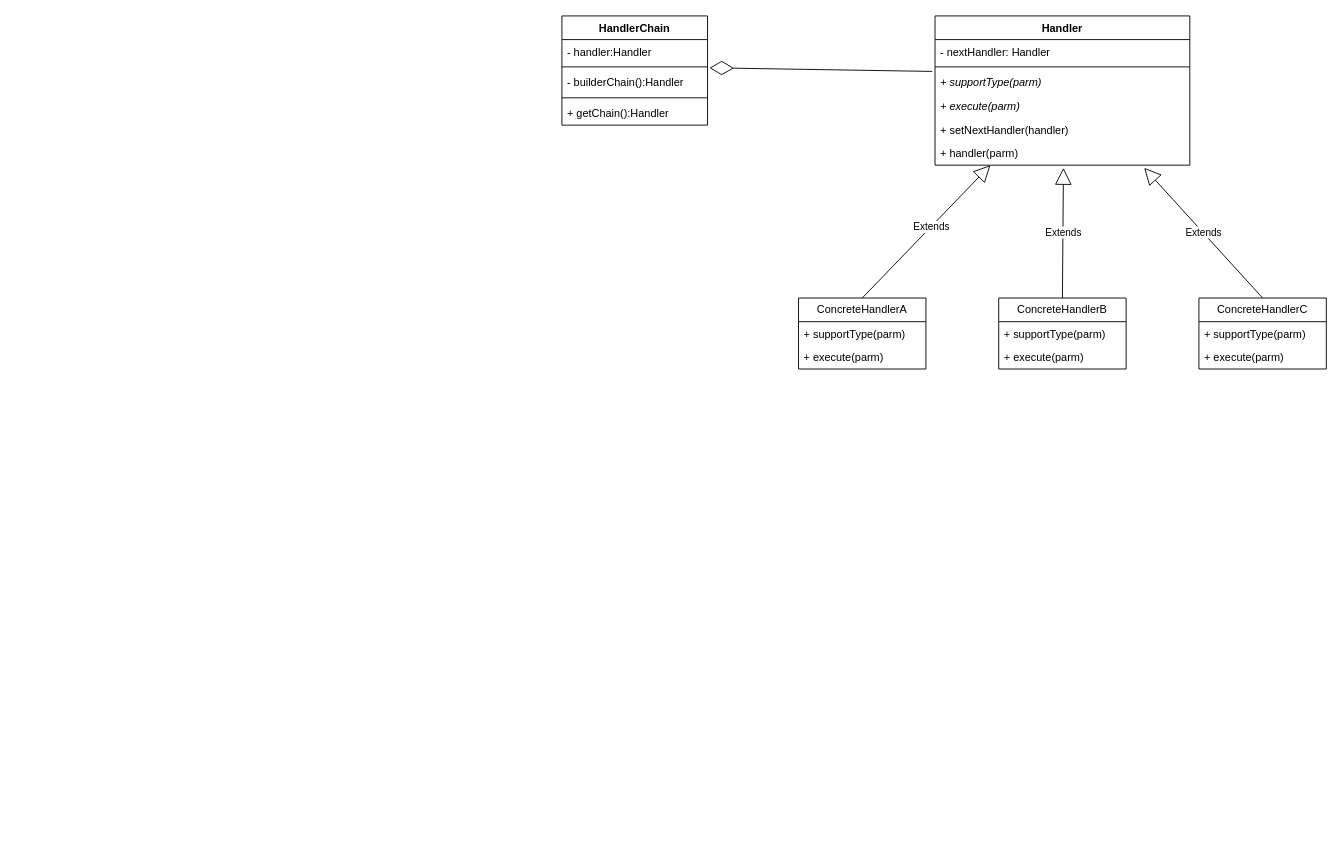
CodeXiaoXian/desin-mode keeps this draw.io diagram as 职责链设计模式类图.drawio. Above is the earlier version. Source tidied: cells renumbered, new cells numbered last; positions are measured from the earlier drawing's top-left corner, leaving out a move shared by most shapes. Both pictures are drawn from the tidied source at 91%, with x=0, y=0 at pixel (561, 15).
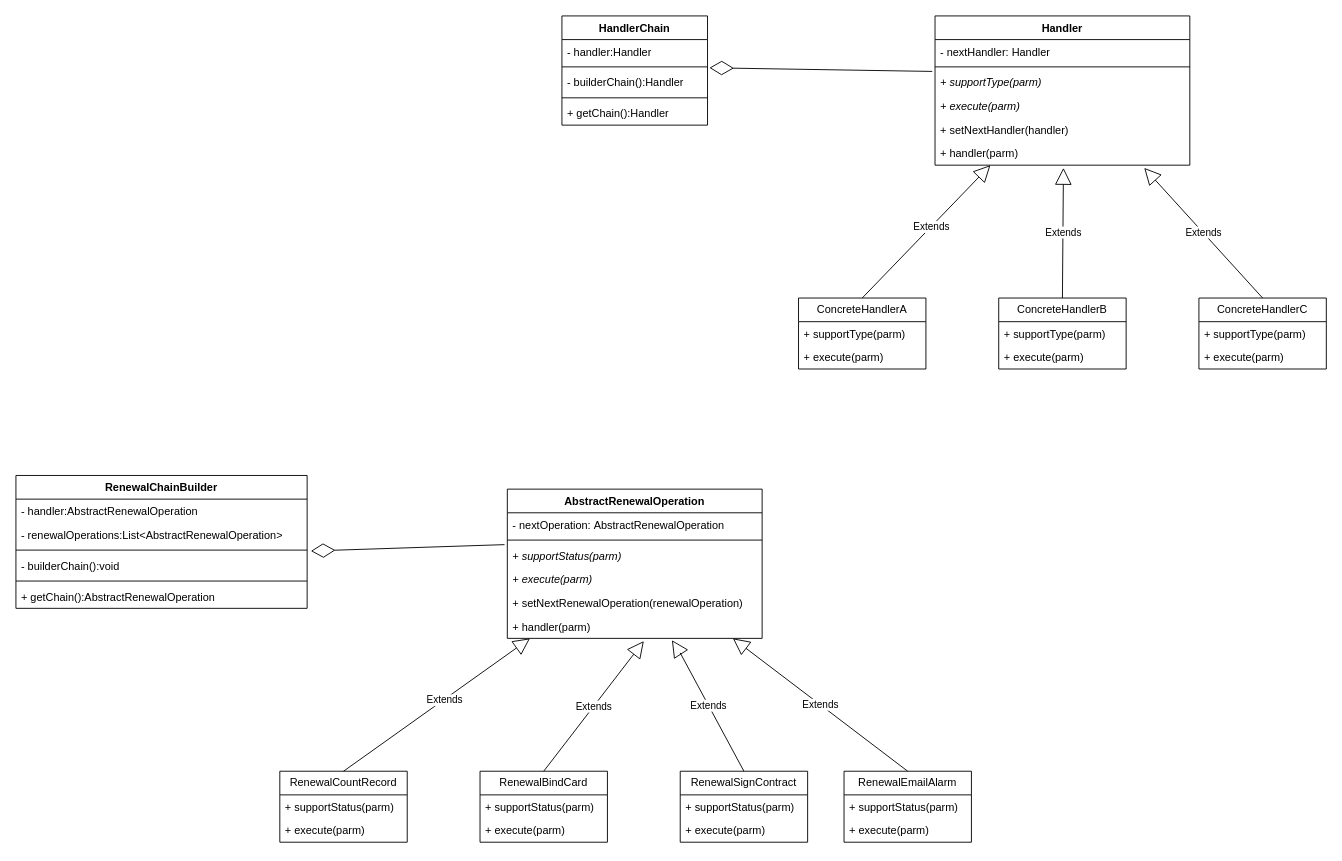
The same diagram, later.

Commit message:
更新职责链设计模式类图.drawio

What changed in the source:
```diff
@@
+    <mxCell id="28" value="AbstractRenewalOperation" style="swimlane;fontStyle=1;align=center;verticalAlign=top;horizontal=1;startSize=26;whiteSpace=wrap;html=1;" parent="1" vertex="1">
+      <mxGeometry x="-60" y="520" width="280" height="164" as="geometry" />
+    </mxCell>
+    <mxCell id="29" value="- nextOperation:&amp;nbsp;AbstractRenewalOperation" style="text;strokeColor=none;fillColor=none;align=left;verticalAlign=top;spacingLeft=4;spacingRight=4;overflow=hidden;whiteSpace=wrap;html=1;" parent="28" vertex="1">
+      <mxGeometry y="26" width="280" height="26" as="geometry" />
+    </mxCell>
+    <mxCell id="30" style="line;strokeWidth=1;fillColor=none;align=left;verticalAlign=middle;spacingTop=-1;spacingLeft=3;spacingRight=3;labelPosition=right;strokeColor=inherit;" parent="28" vertex="1">
+      <mxGeometry y="52" width="280" height="8" as="geometry" />
+    </mxCell>
+    <mxCell id="31" value="&lt;i&gt;+ supportStatus(parm)&lt;/i&gt;" style="text;strokeColor=none;fillColor=none;align=left;verticalAlign=top;spacingLeft=4;spacingRight=4;overflow=hidden;points=[[0,0.5],[1,0.5]];portConstraint=eastwest;whiteSpace=wrap;html=1;" parent="28" vertex="1">
+      <mxGeometry y="60" width="280" height="26" as="geometry" />
+    </mxCell>
+    <mxCell id="32" value="&lt;i&gt;+ execute(parm)&lt;/i&gt;" style="text;strokeColor=none;fillColor=none;align=left;verticalAlign=top;spacingLeft=4;spacingRight=4;overflow=hidden;whiteSpace=wrap;html=1;" parent="28" vertex="1">
+      <mxGeometry y="86" width="280" height="26" as="geometry" />
+    </mxCell>
+    <mxCell id="33" value="+ setNextRenewalOperation(renewalOperation)" style="text;strokeColor=none;fillColor=none;align=left;verticalAlign=top;spacingLeft=4;spacingRight=4;overflow=hidden;whiteSpace=wrap;html=1;" parent="28" vertex="1">
+      <mxGeometry y="112" width="280" height="26" as="geometry" />
+    </mxCell>
+    <mxCell id="34" value="+ handler(parm)" style="text;strokeColor=none;fillColor=none;align=left;verticalAlign=top;spacingLeft=4;spacingRight=4;overflow=hidden;points=[[0,0.5],[1,0.5]];portConstraint=eastwest;whiteSpace=wrap;html=1;" parent="28" vertex="1">
+      <mxGeometry y="138" width="280" height="26" as="geometry" />
+    </mxCell>
+    <mxCell id="35" value="Extends" style="endArrow=block;endSize=16;endFill=0;html=1;rounded=0;exitX=0.5;exitY=0;exitDx=0;exitDy=0;" parent="1" edge="1" source="36" target="28">
+      <mxGeometry x="0.07" y="-1" relative="1" as="geometry" />
+    </mxCell>
+    <mxCell id="36" value="RenewalCountRecord" style="swimlane;fontStyle=0;horizontal=1;startSize=26;fillColor=none;whiteSpace=wrap;html=1;" parent="1" vertex="1">
+      <mxGeometry x="-310" y="830" width="140" height="78" as="geometry" />
+    </mxCell>
+    <mxCell id="37" value="+ supportStatus(parm)" style="text;strokeColor=none;fillColor=none;align=left;verticalAlign=top;spacingLeft=4;spacingRight=4;overflow=hidden;whiteSpace=wrap;html=1;" parent="36" vertex="1">
+      <mxGeometry y="26" width="140" height="26" as="geometry" />
+    </mxCell>
+    <mxCell id="38" value="+ execute(parm)" style="text;strokeColor=none;fillColor=none;align=left;verticalAlign=top;spacingLeft=4;spacingRight=4;overflow=hidden;whiteSpace=wrap;html=1;" parent="36" vertex="1">
+      <mxGeometry y="52" width="140" height="26" as="geometry" />
+    </mxCell>
+    <mxCell id="39" value="RenewalBindCard" style="swimlane;fontStyle=0;horizontal=1;startSize=26;fillColor=none;whiteSpace=wrap;html=1;" parent="1" vertex="1">
+      <mxGeometry x="-90" y="830" width="140" height="78" as="geometry" />
+    </mxCell>
+    <mxCell id="40" value="+ supportStatus(parm)" style="text;strokeColor=none;fillColor=none;align=left;verticalAlign=top;spacingLeft=4;spacingRight=4;overflow=hidden;whiteSpace=wrap;html=1;" parent="39" vertex="1">
+      <mxGeometry y="26" width="140" height="26" as="geometry" />
+    </mxCell>
+    <mxCell id="41" value="+ execute(parm)" style="text;strokeColor=none;fillColor=none;align=left;verticalAlign=top;spacingLeft=4;spacingRight=4;overflow=hidden;whiteSpace=wrap;html=1;" parent="39" vertex="1">
+      <mxGeometry y="52" width="140" height="26" as="geometry" />
+    </mxCell>
+    <mxCell id="42" value="RenewalSignContract" style="swimlane;fontStyle=0;horizontal=1;startSize=26;fillColor=none;whiteSpace=wrap;html=1;" parent="1" vertex="1">
+      <mxGeometry x="130" y="830" width="140" height="78" as="geometry" />
+    </mxCell>
+    <mxCell id="43" value="+ supportStatus(parm)" style="text;strokeColor=none;fillColor=none;align=left;verticalAlign=top;spacingLeft=4;spacingRight=4;overflow=hidden;whiteSpace=wrap;html=1;" parent="42" vertex="1">
+      <mxGeometry y="26" width="140" height="26" as="geometry" />
+    </mxCell>
+    <mxCell id="44" value="+ execute(parm)" style="text;strokeColor=none;fillColor=none;align=left;verticalAlign=top;spacingLeft=4;spacingRight=4;overflow=hidden;whiteSpace=wrap;html=1;" parent="42" vertex="1">
+      <mxGeometry y="52" width="140" height="26" as="geometry" />
+    </mxCell>
+    <mxCell id="45" value="Extends" style="endArrow=block;endSize=16;endFill=0;html=1;rounded=0;exitX=0.5;exitY=0;exitDx=0;exitDy=0;" parent="1" edge="1" source="39">
+      <mxGeometry relative="1" as="geometry">
+        <mxPoint x="90" y="687" as="targetPoint" />
+      </mxGeometry>
+    </mxCell>
+    <mxCell id="46" value="Extends" style="endArrow=block;endSize=16;endFill=0;html=1;rounded=0;exitX=0.5;exitY=0;exitDx=0;exitDy=0;entryX=0.646;entryY=1.077;entryDx=0;entryDy=0;entryPerimeter=0;" parent="1" edge="1" source="42" target="34">
+      <mxGeometry relative="1" as="geometry">
+        <Array as="points">
+          <mxPoint x="130" y="700" />
+        </Array>
+      </mxGeometry>
+    </mxCell>
+    <mxCell id="47" value="RenewalChainBuilder" style="swimlane;fontStyle=1;align=center;verticalAlign=top;horizontal=1;startSize=26;whiteSpace=wrap;html=1;" parent="1" vertex="1">
+      <mxGeometry x="-600" y="505" width="320" height="146" as="geometry" />
+    </mxCell>
+    <mxCell id="48" value="- handler:AbstractRenewalOperation" style="text;strokeColor=none;fillColor=none;align=left;verticalAlign=top;spacingLeft=4;spacingRight=4;overflow=hidden;whiteSpace=wrap;html=1;" parent="47" vertex="1">
+      <mxGeometry y="26" width="320" height="26" as="geometry" />
+    </mxCell>
+    <mxCell id="49" value="- renewalOperations:List&amp;lt;AbstractRenewalOperation&amp;gt;" style="text;strokeColor=none;fillColor=none;align=left;verticalAlign=top;spacingLeft=4;spacingRight=4;overflow=hidden;whiteSpace=wrap;html=1;" parent="47" vertex="1">
+      <mxGeometry y="52" width="320" height="26" as="geometry" />
+    </mxCell>
+    <mxCell id="50" style="line;strokeWidth=1;fillColor=none;align=left;verticalAlign=middle;spacingTop=-1;spacingLeft=3;spacingRight=3;labelPosition=right;strokeColor=inherit;" parent="47" vertex="1">
+      <mxGeometry y="78" width="320" height="8" as="geometry" />
+    </mxCell>
+    <mxCell id="51" value="- builderChain():void" style="text;strokeColor=none;fillColor=none;align=left;verticalAlign=top;spacingLeft=4;spacingRight=4;overflow=hidden;points=[[0,0.5],[1,0.5]];portConstraint=eastwest;whiteSpace=wrap;html=1;" parent="47" vertex="1">
+      <mxGeometry y="86" width="320" height="26" as="geometry" />
+    </mxCell>
+    <mxCell id="52" style="line;strokeWidth=1;fillColor=none;align=left;verticalAlign=middle;spacingTop=-1;spacingLeft=3;spacingRight=3;labelPosition=right;strokeColor=inherit;" parent="47" vertex="1">
+      <mxGeometry y="112" width="320" height="8" as="geometry" />
+    </mxCell>
+    <mxCell id="53" value="+ getChain():AbstractRenewalOperation" style="text;strokeColor=none;fillColor=none;align=left;verticalAlign=top;spacingLeft=4;spacingRight=4;overflow=hidden;whiteSpace=wrap;html=1;" parent="47" vertex="1">
+      <mxGeometry y="120" width="320" height="26" as="geometry" />
+    </mxCell>
+    <mxCell id="54" style="endArrow=diamondThin;endFill=0;endSize=24;html=1;rounded=0;entryX=1.013;entryY=-0.115;entryDx=0;entryDy=0;entryPerimeter=0;exitX=-0.011;exitY=0.038;exitDx=0;exitDy=0;exitPerimeter=0;" parent="1" edge="1" source="31" target="51">
+      <mxGeometry relative="1" as="geometry" />
+    </mxCell>
+    <mxCell id="55" value="RenewalEmailAlarm" style="swimlane;fontStyle=0;horizontal=1;startSize=26;fillColor=none;whiteSpace=wrap;html=1;" parent="1" vertex="1">
+      <mxGeometry x="310" y="830" width="140" height="78" as="geometry" />
+    </mxCell>
+    <mxCell id="56" value="+ supportStatus(parm)" style="text;strokeColor=none;fillColor=none;align=left;verticalAlign=top;spacingLeft=4;spacingRight=4;overflow=hidden;whiteSpace=wrap;html=1;" parent="55" vertex="1">
+      <mxGeometry y="26" width="140" height="26" as="geometry" />
+    </mxCell>
+    <mxCell id="57" value="+ execute(parm)" style="text;strokeColor=none;fillColor=none;align=left;verticalAlign=top;spacingLeft=4;spacingRight=4;overflow=hidden;whiteSpace=wrap;html=1;" parent="55" vertex="1">
+      <mxGeometry y="52" width="140" height="26" as="geometry" />
+    </mxCell>
+    <mxCell id="58" value="Extends" style="endArrow=block;endSize=16;endFill=0;html=1;rounded=0;exitX=0.5;exitY=0;exitDx=0;exitDy=0;" parent="1" edge="1" source="55" target="28">
+      <mxGeometry relative="1" as="geometry" />
+    </mxCell>
```
